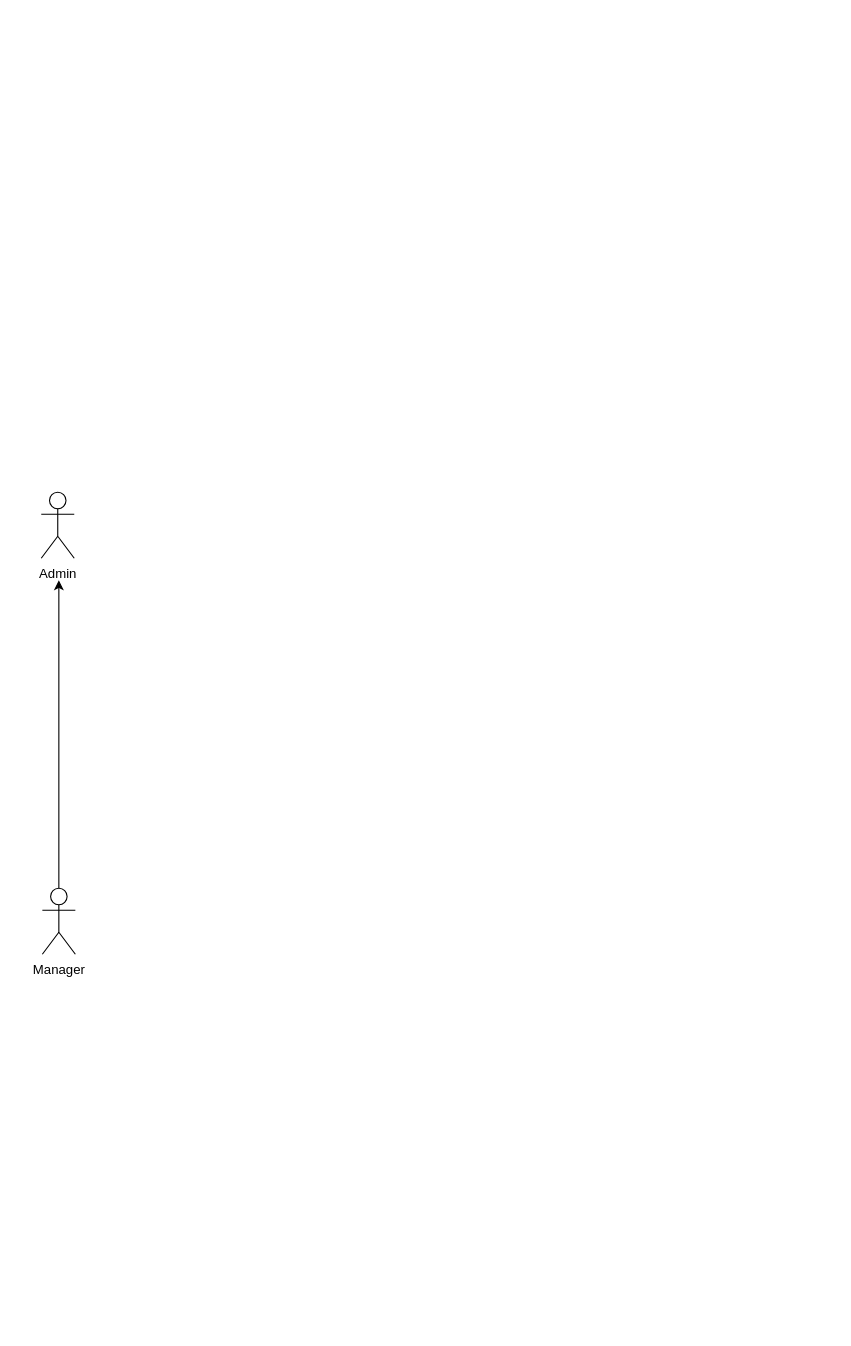
Above: Diagrama de uso.drawio in j04ko03/Aplicacion_Football_Manager_Java (draw.io), before the change. Source tidied: cells renumbered, new cells numbered last; positions are measured from the earlier drawing's top-left corner, leaving out a move shared by most shapes. Both pictures are drawn from the tidied source at 110%, with x=0, y=0 at pixel (41, 492).
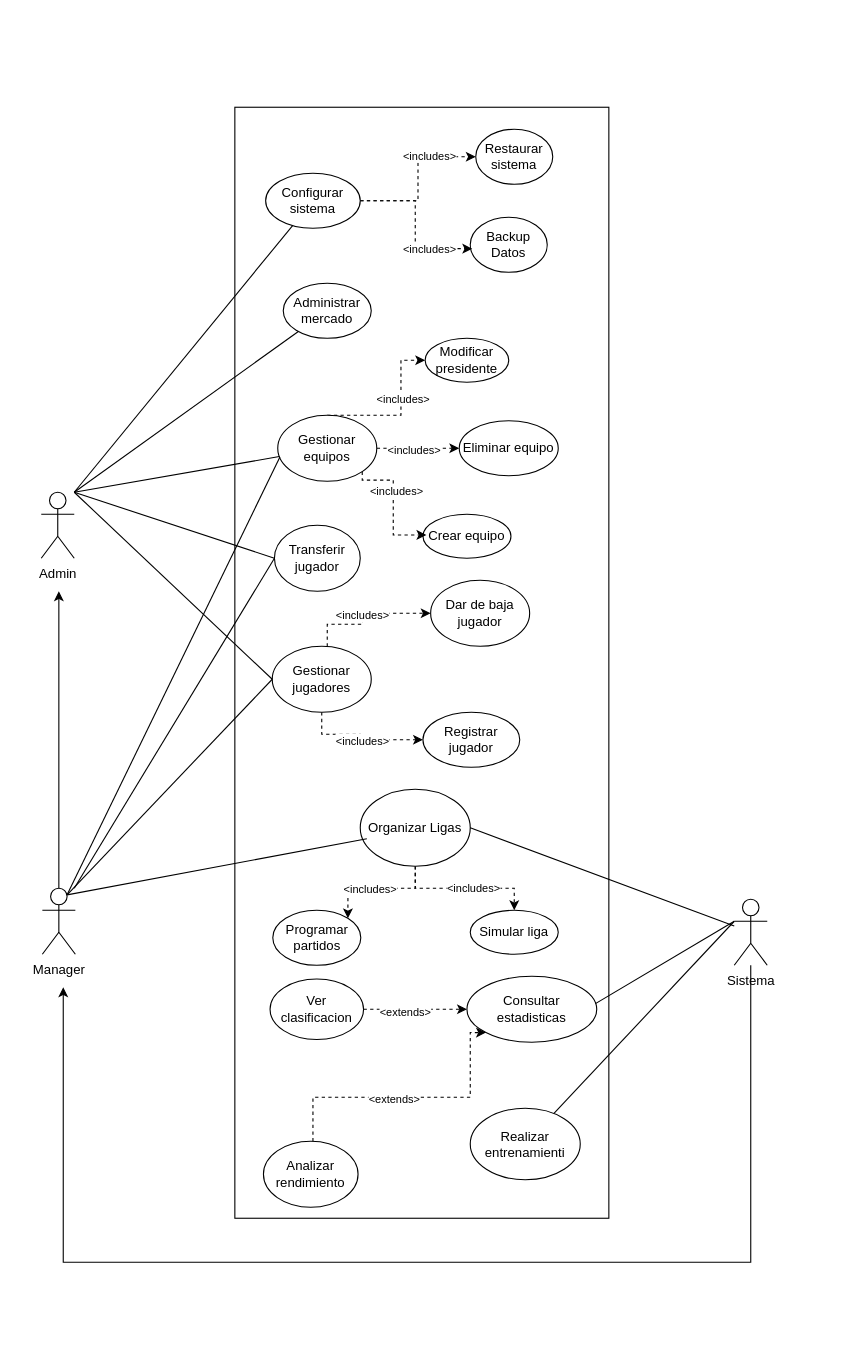
Above is the later version.

Unchanged cells that the change refers to:
```xml
<mxCell id="4" value="Manager" style="shape=umlActor;verticalLabelPosition=bottom;verticalAlign=top;html=1;outlineConnect=0;" parent="1" vertex="1">
  <mxGeometry x="1" y="360" width="30" height="60" as="geometry" />
</mxCell>
```

Diff of the diagram source:
```diff
@@
+    <mxCell id="5" style="rounded=0;whiteSpace=wrap;html=1;strokeColor=none;" parent="1" vertex="1">
+      <mxGeometry x="-20" y="-430" width="740" height="1190" as="geometry" />
+    </mxCell>
@@
     <mxCell id="3" style="edgeStyle=orthogonalEdgeStyle;rounded=0;jettySize=auto;html=1;" parent="1" edge="1" source="4">
       <mxGeometry relative="1" as="geometry">
-        <mxPoint x="16" y="80" as="targetPoint" />
+        <mxPoint x="16" y="90" as="targetPoint" />
       </mxGeometry>
     </mxCell>
@@
+    <mxCell id="6" style="rounded=0;whiteSpace=wrap;html=1;" parent="1" vertex="1">
+      <mxGeometry x="176" y="-350" width="340" height="1010" as="geometry" />
+    </mxCell>
+    <mxCell id="7" value="Administrar mercado" style="html=1;align=center;verticalAlign=middle;whiteSpace=wrap;rounded=0;shape=ellipse;perimeter=ellipsePerimeter;" parent="1" vertex="1">
+      <mxGeometry x="220" y="-190" width="80" height="50" as="geometry" />
+    </mxCell>
+    <mxCell id="8" style="edgeStyle=orthogonalEdgeStyle;rounded=0;jettySize=auto;html=1;entryX=1;entryY=0;entryDx=0;entryDy=0;dashed=1;" parent="1" edge="1" source="12" target="31">
+      <mxGeometry relative="1" as="geometry" />
+    </mxCell>
+    <mxCell id="9" value="&lt;span style=&quot;font-size: 10px;&quot;&gt;&amp;lt;includes&amp;gt;&lt;/span&gt;" style="edgeLabel;html=1;align=center;verticalAlign=middle;" parent="8" vertex="1">
+      <mxGeometry x="0.14" relative="1" as="geometry" />
+    </mxCell>
+    <mxCell id="10" style="edgeStyle=orthogonalEdgeStyle;rounded=0;jettySize=auto;html=1;entryX=0.5;entryY=0;entryDx=0;entryDy=0;dashed=1;" parent="1" edge="1" source="12" target="16">
+      <mxGeometry relative="1" as="geometry" />
+    </mxCell>
+    <mxCell id="11" value="&lt;span style=&quot;font-size: 10px;&quot;&gt;&amp;lt;includes&amp;gt;&lt;/span&gt;" style="edgeLabel;html=1;align=center;verticalAlign=middle;" parent="10" vertex="1">
+      <mxGeometry x="0.11" y="1" relative="1" as="geometry" />
+    </mxCell>
+    <mxCell id="12" value="Organizar Ligas" style="html=1;align=center;verticalAlign=middle;whiteSpace=wrap;rounded=0;shape=ellipse;perimeter=ellipsePerimeter;" parent="1" vertex="1">
+      <mxGeometry x="290" y="270" width="100" height="70" as="geometry" />
+    </mxCell>
+    <mxCell id="13" style="edgeStyle=orthogonalEdgeStyle;rounded=0;jettySize=auto;html=1;entryX=0;entryY=0.5;entryDx=0;entryDy=0;dashed=1;" parent="1" edge="1" source="15" target="28">
+      <mxGeometry relative="1" as="geometry" />
+    </mxCell>
+    <mxCell id="14" value="&lt;span style=&quot;font-size: 10px;&quot;&gt;&amp;lt;includes&amp;gt;&lt;/span&gt;" style="edgeLabel;html=1;align=center;verticalAlign=middle;" parent="13" vertex="1">
+      <mxGeometry x="0.4" y="2" relative="1" as="geometry" />
+    </mxCell>
+    <mxCell id="15" value="Configurar sistema" style="html=1;align=center;verticalAlign=middle;whiteSpace=wrap;rounded=0;shape=ellipse;perimeter=ellipsePerimeter;" parent="1" vertex="1">
+      <mxGeometry x="204" y="-290" width="86" height="50" as="geometry" />
+    </mxCell>
+    <mxCell id="16" value="Simular liga" style="html=1;align=center;verticalAlign=middle;whiteSpace=wrap;rounded=0;shape=ellipse;perimeter=ellipsePerimeter;" parent="1" vertex="1">
+      <mxGeometry x="390" y="380" width="80" height="40" as="geometry" />
+    </mxCell>
+    <mxCell id="17" value="Crear equipo" style="html=1;align=center;verticalAlign=middle;whiteSpace=wrap;rounded=0;shape=ellipse;perimeter=ellipsePerimeter;" parent="1" vertex="1">
+      <mxGeometry x="347" y="20" width="80" height="40" as="geometry" />
+    </mxCell>
+    <mxCell id="18" style="edgeStyle=orthogonalEdgeStyle;rounded=0;jettySize=auto;html=1;entryX=0;entryY=0.5;entryDx=0;entryDy=0;dashed=1;" parent="1" edge="1" source="22" target="27">
+      <mxGeometry relative="1" as="geometry">
+        <Array as="points">
+          <mxPoint x="327" y="-70" />
+          <mxPoint x="327" y="-120" />
+        </Array>
+      </mxGeometry>
+    </mxCell>
+    <mxCell id="19" value="&lt;span style=&quot;font-size: 10px;&quot;&gt;&amp;lt;includes&amp;gt;&lt;/span&gt;" style="edgeLabel;html=1;align=center;verticalAlign=middle;" parent="18" vertex="1">
+      <mxGeometry x="0.2" y="-1" relative="1" as="geometry" />
+    </mxCell>
+    <mxCell id="20" style="edgeStyle=orthogonalEdgeStyle;rounded=0;jettySize=auto;html=1;entryX=0;entryY=0.5;entryDx=0;entryDy=0;dashed=1;" parent="1" edge="1" source="22" target="23">
+      <mxGeometry relative="1" as="geometry" />
+    </mxCell>
+    <mxCell id="21" value="&lt;span style=&quot;font-size: 10px;&quot;&gt;&amp;lt;includes&amp;gt;&lt;/span&gt;" style="edgeLabel;html=1;align=center;verticalAlign=middle;" parent="20" vertex="1">
+      <mxGeometry x="-0.12" y="-1" relative="1" as="geometry" />
+    </mxCell>
+    <mxCell id="22" value="Gestionar equipos" style="html=1;align=center;verticalAlign=middle;whiteSpace=wrap;rounded=0;shape=ellipse;perimeter=ellipsePerimeter;" parent="1" vertex="1">
+      <mxGeometry x="215" y="-70" width="90" height="60" as="geometry" />
+    </mxCell>
+    <mxCell id="23" value="Eliminar equipo" style="html=1;align=center;verticalAlign=middle;whiteSpace=wrap;rounded=0;shape=ellipse;perimeter=ellipsePerimeter;" parent="1" vertex="1">
+      <mxGeometry x="380" y="-65" width="90" height="50" as="geometry" />
+    </mxCell>
+    <mxCell id="24" style="edgeStyle=orthogonalEdgeStyle;rounded=0;jettySize=auto;html=1;" parent="1" edge="1" source="25">
+      <mxGeometry relative="1" as="geometry">
+        <mxPoint x="20" y="450" as="targetPoint" />
+        <Array as="points">
+          <mxPoint x="645" y="700" />
+          <mxPoint x="20" y="700" />
+        </Array>
+      </mxGeometry>
+    </mxCell>
+    <mxCell id="25" value="Sistema" style="shape=umlActor;verticalLabelPosition=bottom;verticalAlign=top;html=1;outlineConnect=0;" parent="1" vertex="1">
+      <mxGeometry x="630" y="370" width="30" height="60" as="geometry" />
+    </mxCell>
+    <mxCell id="26" value="Backup Datos" style="html=1;align=center;verticalAlign=middle;whiteSpace=wrap;rounded=0;shape=ellipse;perimeter=ellipsePerimeter;" parent="1" vertex="1">
+      <mxGeometry x="390" y="-250" width="70" height="50" as="geometry" />
+    </mxCell>
+    <mxCell id="27" value="Modificar presidente" style="html=1;align=center;verticalAlign=middle;whiteSpace=wrap;rounded=0;shape=ellipse;perimeter=ellipsePerimeter;" parent="1" vertex="1">
+      <mxGeometry x="349" y="-140" width="76" height="40" as="geometry" />
+    </mxCell>
+    <mxCell id="28" value="Restaurar sistema" style="html=1;align=center;verticalAlign=middle;whiteSpace=wrap;rounded=0;shape=ellipse;perimeter=ellipsePerimeter;" parent="1" vertex="1">
+      <mxGeometry x="395" y="-330" width="70" height="50" as="geometry" />
+    </mxCell>
+    <mxCell id="29" value="Dar de baja jugador" style="html=1;align=center;verticalAlign=middle;whiteSpace=wrap;rounded=0;shape=ellipse;perimeter=ellipsePerimeter;" parent="1" vertex="1">
+      <mxGeometry x="354" y="80" width="90" height="60" as="geometry" />
+    </mxCell>
+    <mxCell id="30" value="Registrar jugador" style="html=1;align=center;verticalAlign=middle;whiteSpace=wrap;rounded=0;shape=ellipse;perimeter=ellipsePerimeter;" parent="1" vertex="1">
+      <mxGeometry x="347" y="200" width="88" height="50" as="geometry" />
+    </mxCell>
+    <mxCell id="31" value="Programar partidos" style="html=1;align=center;verticalAlign=middle;whiteSpace=wrap;rounded=0;shape=ellipse;perimeter=ellipsePerimeter;" parent="1" vertex="1">
+      <mxGeometry x="210.5" y="380" width="80" height="50" as="geometry" />
+    </mxCell>
+    <mxCell id="32" style="endArrow=none;html=1;rounded=0;" parent="1" edge="1" target="7">
+      <mxGeometry relative="1" as="geometry">
+        <mxPoint x="30" as="sourcePoint" />
+      </mxGeometry>
+    </mxCell>
+    <mxCell id="33" style="endArrow=none;html=1;rounded=0;" parent="1" edge="1" target="15">
+      <mxGeometry relative="1" as="geometry">
+        <mxPoint x="30" as="sourcePoint" />
+      </mxGeometry>
+    </mxCell>
+    <mxCell id="34" style="edgeStyle=orthogonalEdgeStyle;rounded=0;jettySize=auto;html=1;entryX=0;entryY=0.5;entryDx=0;entryDy=0;dashed=1;" parent="1" edge="1" source="38" target="29">
+      <mxGeometry relative="1" as="geometry">
+        <Array as="points">
+          <mxPoint x="260" y="120" />
+          <mxPoint x="292" y="120" />
+          <mxPoint x="292" y="110" />
+        </Array>
+      </mxGeometry>
+    </mxCell>
+    <mxCell id="35" value="&lt;span style=&quot;font-size: 10px;&quot;&gt;&amp;lt;includes&amp;gt;&lt;/span&gt;" style="edgeLabel;html=1;align=center;verticalAlign=middle;" parent="34" vertex="1">
+      <mxGeometry x="-0.02" y="1" relative="1" as="geometry" />
+    </mxCell>
+    <mxCell id="36" style="edgeStyle=orthogonalEdgeStyle;rounded=0;jettySize=auto;html=1;dashed=1;" parent="1" edge="1" source="38" target="30">
+      <mxGeometry relative="1" as="geometry">
+        <Array as="points">
+          <mxPoint x="255" y="220" />
+          <mxPoint x="290" y="220" />
+          <mxPoint x="290" y="225" />
+        </Array>
+      </mxGeometry>
+    </mxCell>
+    <mxCell id="37" value="&lt;span style=&quot;font-size: 10px;&quot;&gt;&amp;lt;includes&amp;gt;&lt;/span&gt;" style="edgeLabel;html=1;align=center;verticalAlign=middle;" parent="36" vertex="1">
+      <mxGeometry x="0.04" relative="1" as="geometry" />
+    </mxCell>
+    <mxCell id="38" value="Gestionar jugadores" style="html=1;align=center;verticalAlign=middle;whiteSpace=wrap;rounded=0;shape=ellipse;perimeter=ellipsePerimeter;" parent="1" vertex="1">
+      <mxGeometry x="210" y="140" width="90" height="60" as="geometry" />
+    </mxCell>
+    <mxCell id="39" style="edgeStyle=orthogonalEdgeStyle;rounded=0;jettySize=auto;html=1;entryX=0;entryY=0.5;entryDx=0;entryDy=0;dashed=1;" parent="1" edge="1" source="41" target="43">
+      <mxGeometry relative="1" as="geometry" />
+    </mxCell>
+    <mxCell id="40" value="&lt;font style=&quot;font-size: 10px;&quot;&gt;&amp;lt;extends&amp;gt;&lt;/font&gt;" style="edgeLabel;html=1;align=center;verticalAlign=middle;" parent="39" vertex="1">
+      <mxGeometry x="-0.22" y="-2" relative="1" as="geometry" />
+    </mxCell>
+    <mxCell id="41" value="Ver clasificacion" style="html=1;align=center;verticalAlign=middle;whiteSpace=wrap;rounded=0;shape=ellipse;perimeter=ellipsePerimeter;" parent="1" vertex="1">
+      <mxGeometry x="208" y="442.5" width="85" height="55" as="geometry" />
+    </mxCell>
+    <mxCell id="42" value="Realizar entrenamienti" style="html=1;align=center;verticalAlign=middle;whiteSpace=wrap;rounded=0;shape=ellipse;perimeter=ellipsePerimeter;" parent="1" vertex="1">
+      <mxGeometry x="390" y="560" width="100" height="65" as="geometry" />
+    </mxCell>
+    <mxCell id="43" value="Consultar estadisticas" style="html=1;align=center;verticalAlign=middle;whiteSpace=wrap;rounded=0;shape=ellipse;perimeter=ellipsePerimeter;" parent="1" vertex="1">
+      <mxGeometry x="387" y="440" width="118" height="60" as="geometry" />
+    </mxCell>
+    <mxCell id="44" style="edgeStyle=orthogonalEdgeStyle;rounded=0;jettySize=auto;html=1;entryX=0;entryY=1;entryDx=0;entryDy=0;dashed=1;" parent="1" edge="1" source="46" target="43">
+      <mxGeometry relative="1" as="geometry">
+        <Array as="points">
+          <mxPoint x="247" y="550" />
+          <mxPoint x="390" y="550" />
+          <mxPoint x="390" y="491" />
+        </Array>
+      </mxGeometry>
+    </mxCell>
+    <mxCell id="45" value="&lt;span style=&quot;font-size: 10px;&quot;&gt;&amp;lt;extends&amp;gt;&lt;/span&gt;" style="edgeLabel;html=1;align=center;verticalAlign=middle;" parent="44" vertex="1">
+      <mxGeometry x="-0.11" y="-1" relative="1" as="geometry" />
+    </mxCell>
+    <mxCell id="46" value="Analizar rendimiento" style="html=1;align=center;verticalAlign=middle;whiteSpace=wrap;rounded=0;shape=ellipse;perimeter=ellipsePerimeter;" parent="1" vertex="1">
+      <mxGeometry x="202" y="590" width="86" height="60" as="geometry" />
+    </mxCell>
+    <mxCell id="47" style="edgeStyle=orthogonalEdgeStyle;rounded=0;jettySize=auto;html=1;entryX=0.026;entryY=0.571;entryDx=0;entryDy=0;entryPerimeter=0;dashed=1;" parent="1" edge="1" source="15" target="26">
+      <mxGeometry relative="1" as="geometry" />
+    </mxCell>
+    <mxCell id="48" value="&lt;span style=&quot;font-size: 10px;&quot;&gt;&amp;lt;includes&amp;gt;&lt;/span&gt;" style="edgeLabel;html=1;align=center;verticalAlign=middle;" parent="47" vertex="1">
+      <mxGeometry x="0.46" relative="1" as="geometry" />
+    </mxCell>
+    <mxCell id="49" style="edgeStyle=orthogonalEdgeStyle;rounded=0;jettySize=auto;html=1;entryX=0.039;entryY=0.47;entryDx=0;entryDy=0;entryPerimeter=0;exitX=1;exitY=1;exitDx=0;exitDy=0;dashed=1;" parent="1" edge="1" source="22" target="17">
+      <mxGeometry relative="1" as="geometry">
+        <Array as="points">
+          <mxPoint x="292" y="-11" />
+          <mxPoint x="320" y="-11" />
+          <mxPoint x="320" y="39" />
+        </Array>
+      </mxGeometry>
+    </mxCell>
+    <mxCell id="50" value="&lt;span style=&quot;font-size: 10px;&quot;&gt;&amp;lt;includes&amp;gt;&lt;/span&gt;" style="edgeLabel;html=1;align=center;verticalAlign=middle;" parent="49" vertex="1">
+      <mxGeometry x="-0.22" y="2" relative="1" as="geometry" />
+    </mxCell>
+    <mxCell id="51" value="Transferir jugador" style="html=1;align=center;verticalAlign=middle;whiteSpace=wrap;rounded=0;shape=ellipse;perimeter=ellipsePerimeter;" parent="1" vertex="1">
+      <mxGeometry x="212" y="30" width="78" height="60" as="geometry" />
+    </mxCell>
+    <mxCell id="52" style="endArrow=none;html=1;rounded=0;entryX=0;entryY=0.5;entryDx=0;entryDy=0;" parent="1" edge="1" target="51">
+      <mxGeometry relative="1" as="geometry">
+        <mxPoint x="30" as="sourcePoint" />
+      </mxGeometry>
+    </mxCell>
+    <mxCell id="53" style="endArrow=none;html=1;rounded=0;" parent="1" edge="1" target="22">
+      <mxGeometry relative="1" as="geometry">
+        <mxPoint x="30" as="sourcePoint" />
+      </mxGeometry>
+    </mxCell>
+    <mxCell id="54" style="endArrow=none;html=1;rounded=0;entryX=1;entryY=0.5;entryDx=0;entryDy=0;" parent="1" edge="1" source="25" target="12">
+      <mxGeometry relative="1" as="geometry" />
+    </mxCell>
+    <mxCell id="55" style="endArrow=none;html=1;rounded=0;entryX=0;entryY=0.5;entryDx=0;entryDy=0;" parent="1" edge="1" target="38">
+      <mxGeometry relative="1" as="geometry">
+        <mxPoint x="30" as="sourcePoint" />
+      </mxGeometry>
+    </mxCell>
+    <mxCell id="56" style="endArrow=none;html=1;rounded=0;" parent="1" edge="1" target="42">
+      <mxGeometry relative="1" as="geometry">
+        <mxPoint x="630" y="390" as="sourcePoint" />
+      </mxGeometry>
+    </mxCell>
+    <mxCell id="57" style="endArrow=none;html=1;rounded=0;entryX=0.99;entryY=0.415;entryDx=0;entryDy=0;entryPerimeter=0;" parent="1" edge="1" target="43">
+      <mxGeometry relative="1" as="geometry">
+        <mxPoint x="630" y="390" as="sourcePoint" />
+      </mxGeometry>
+    </mxCell>
+    <mxCell id="58" style="endArrow=none;html=1;rounded=0;entryX=0.022;entryY=0.633;entryDx=0;entryDy=0;exitX=0.75;exitY=0.1;exitDx=0;exitDy=0;exitPerimeter=0;entryPerimeter=0;" parent="1" edge="1" source="4" target="22">
+      <mxGeometry relative="1" as="geometry" />
+    </mxCell>
+    <mxCell id="59" style="endArrow=none;html=1;rounded=0;entryX=0;entryY=0.5;entryDx=0;entryDy=0;exitX=0.75;exitY=0.1;exitDx=0;exitDy=0;exitPerimeter=0;" parent="1" edge="1" source="4" target="38">
+      <mxGeometry relative="1" as="geometry" />
+    </mxCell>
+    <mxCell id="60" style="endArrow=none;html=1;rounded=0;entryX=0.06;entryY=0.643;entryDx=0;entryDy=0;exitX=0.75;exitY=0.1;exitDx=0;exitDy=0;exitPerimeter=0;entryPerimeter=0;" parent="1" edge="1" source="4" target="12">
+      <mxGeometry relative="1" as="geometry" />
+    </mxCell>
+    <mxCell id="61" style="endArrow=none;html=1;rounded=0;entryX=0;entryY=0.5;entryDx=0;entryDy=0;" parent="1" edge="1" target="51">
+      <mxGeometry relative="1" as="geometry">
+        <mxPoint x="30" y="360" as="sourcePoint" />
+      </mxGeometry>
+    </mxCell>
```
